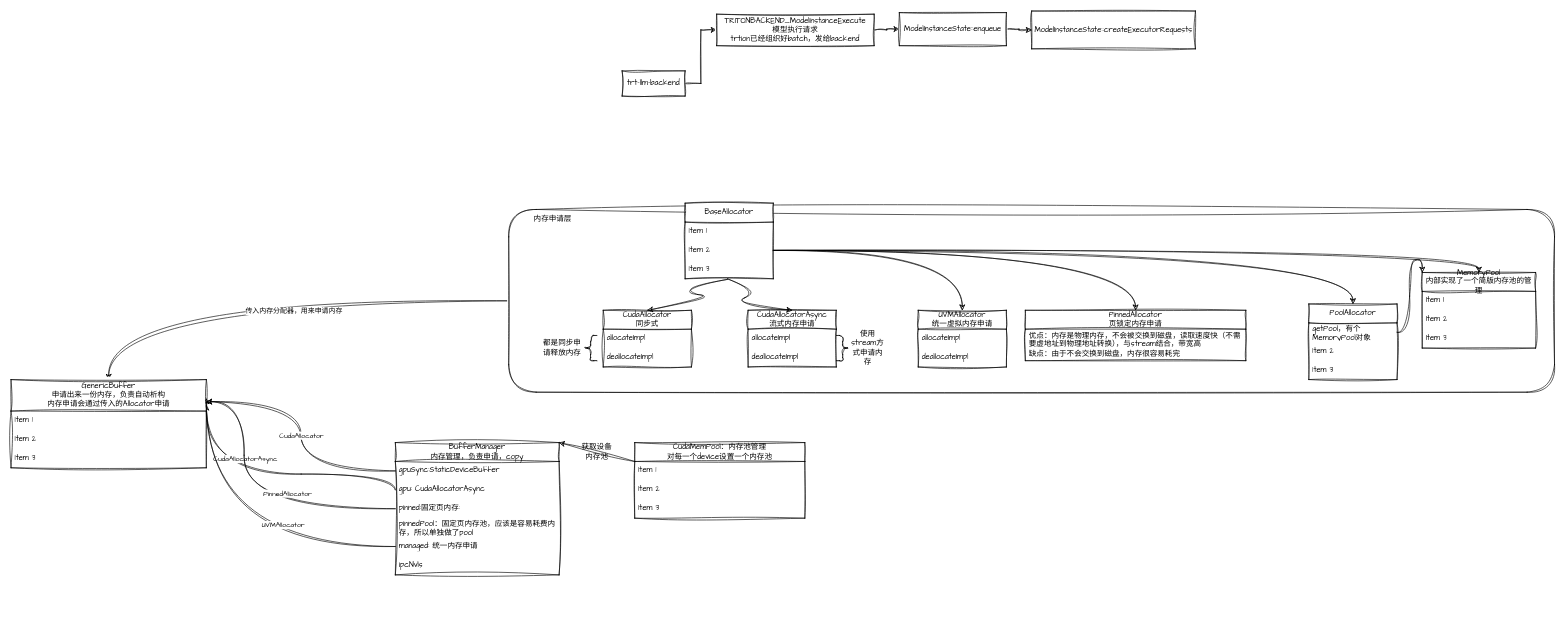
Earlier version of the draw.io diagram trtion-trtllm.drawio (beijingqiuchang/drawio). Source tidied: cells renumbered, new cells numbered last; positions are measured from the earlier drawing's top-left corner, leaving out a move shared by most shapes. Both pictures are drawn from the tidied source at 63%, with x=0, y=0 at pixel (11, 11).
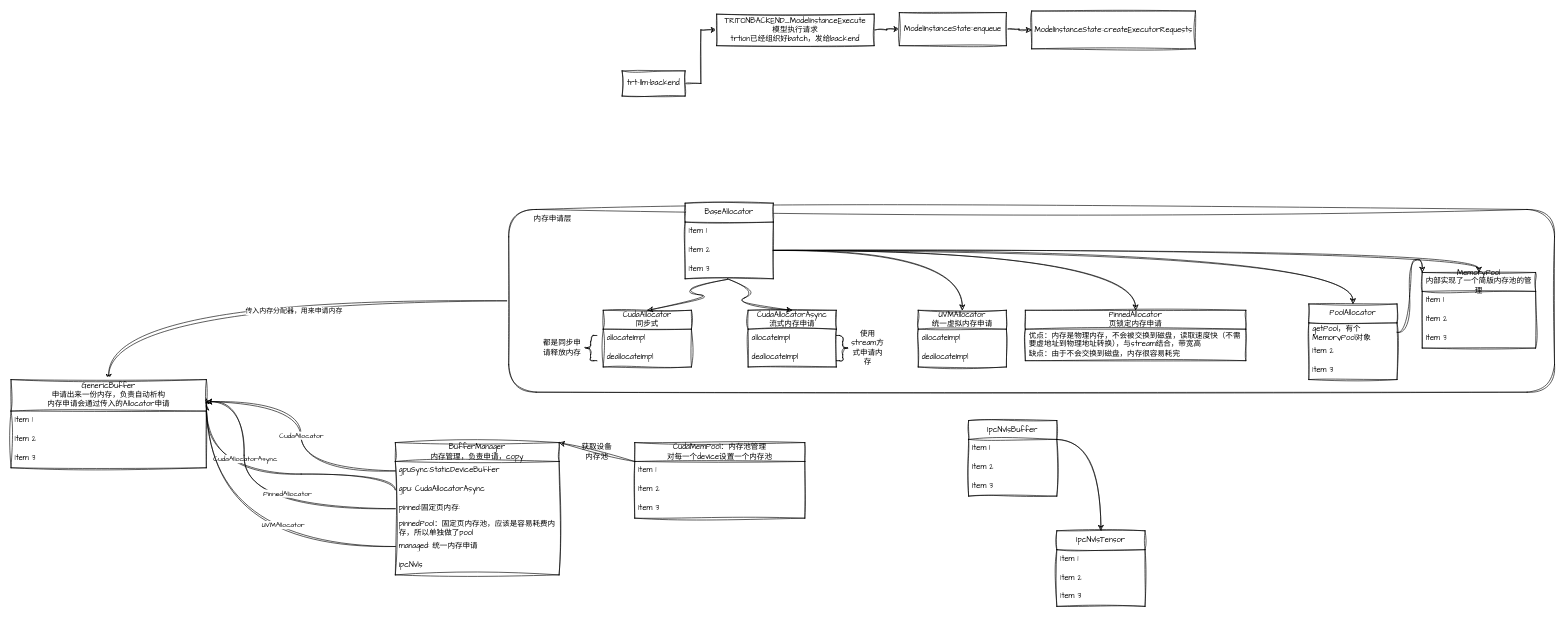
Above is the later version.

What changed in the source:
```diff
@@
+    <mxCell id="75" value="IpcNvlsTensor" style="swimlane;fontStyle=0;horizontal=1;startSize=30;whiteSpace=wrap;html=1;sketch=1;hachureGap=4;jiggle=2;curveFitting=1;fontFamily=Architects Daughter;" parent="1" vertex="1">
+      <mxGeometry x="1660" y="825" width="140" height="120" as="geometry" />
+    </mxCell>
+    <mxCell id="76" value="Item 1" style="text;strokeColor=none;fillColor=none;align=left;verticalAlign=middle;spacingLeft=4;spacingRight=4;overflow=hidden;whiteSpace=wrap;html=1;fontFamily=Architects Daughter;" parent="75" vertex="1">
+      <mxGeometry y="30" width="140" height="30" as="geometry" />
+    </mxCell>
+    <mxCell id="77" value="Item 2" style="text;strokeColor=none;fillColor=none;align=left;verticalAlign=middle;spacingLeft=4;spacingRight=4;overflow=hidden;whiteSpace=wrap;html=1;fontFamily=Architects Daughter;" parent="75" vertex="1">
+      <mxGeometry y="60" width="140" height="30" as="geometry" />
+    </mxCell>
+    <mxCell id="78" value="Item 3" style="text;strokeColor=none;fillColor=none;align=left;verticalAlign=middle;spacingLeft=4;spacingRight=4;overflow=hidden;whiteSpace=wrap;html=1;fontFamily=Architects Daughter;" parent="75" vertex="1">
+      <mxGeometry y="90" width="140" height="30" as="geometry" />
+    </mxCell>
+    <mxCell id="79" style="edgeStyle=orthogonalEdgeStyle;rounded=0;sketch=1;hachureGap=4;jiggle=2;curveFitting=1;jettySize=auto;html=1;exitX=1;exitY=0.25;exitDx=0;exitDy=0;entryX=0.5;entryY=0;entryDx=0;entryDy=0;fontFamily=Architects Daughter;curved=1;" parent="1" edge="1" source="80" target="75">
+      <mxGeometry relative="1" as="geometry" />
+    </mxCell>
+    <mxCell id="80" value="IpcNvlsBuffer" style="swimlane;fontStyle=0;horizontal=1;startSize=30;whiteSpace=wrap;html=1;sketch=1;hachureGap=4;jiggle=2;curveFitting=1;fontFamily=Architects Daughter;" parent="1" vertex="1">
+      <mxGeometry x="1520" y="650" width="140" height="120" as="geometry" />
+    </mxCell>
+    <mxCell id="81" value="Item 1" style="text;strokeColor=none;fillColor=none;align=left;verticalAlign=middle;spacingLeft=4;spacingRight=4;overflow=hidden;whiteSpace=wrap;html=1;fontFamily=Architects Daughter;" parent="80" vertex="1">
+      <mxGeometry y="30" width="140" height="30" as="geometry" />
+    </mxCell>
+    <mxCell id="82" value="Item 2" style="text;strokeColor=none;fillColor=none;align=left;verticalAlign=middle;spacingLeft=4;spacingRight=4;overflow=hidden;whiteSpace=wrap;html=1;fontFamily=Architects Daughter;" parent="80" vertex="1">
+      <mxGeometry y="60" width="140" height="30" as="geometry" />
+    </mxCell>
+    <mxCell id="83" value="Item 3" style="text;strokeColor=none;fillColor=none;align=left;verticalAlign=middle;spacingLeft=4;spacingRight=4;overflow=hidden;whiteSpace=wrap;html=1;fontFamily=Architects Daughter;" parent="80" vertex="1">
+      <mxGeometry y="90" width="140" height="30" as="geometry" />
+    </mxCell>
```
